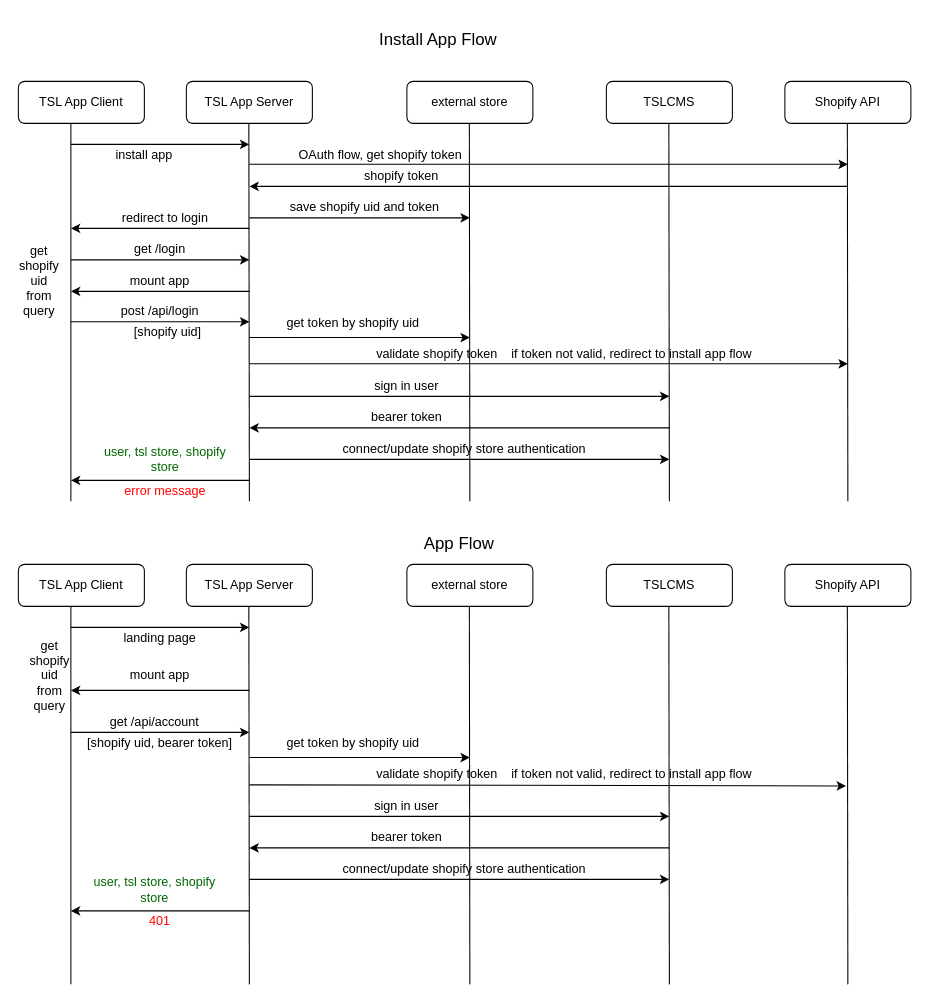
This is Untitled Diagram.drawio from alexrsunrise/diagrams, a draw.io file, before an edit. Source tidied: cells renumbered, new cells numbered last; positions are measured from the earlier drawing's top-left corner, leaving out a move shared by most shapes. Both pictures are drawn from the tidied source at 105%, with x=0, y=0 at pixel (18, 18).
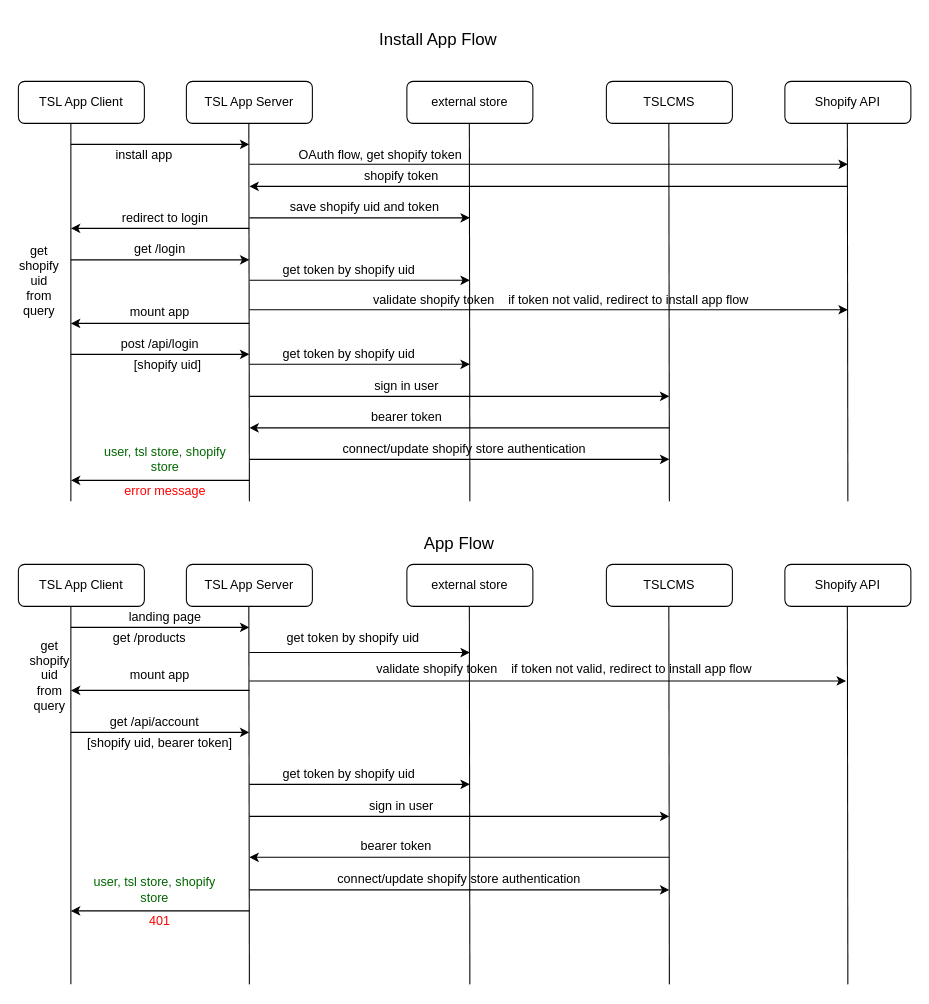
The same diagram, later.

What changed in the source:
```diff
@@
     <mxCell id="25" style="endArrow=classic;html=1;" parent="1" edge="1">
       <mxGeometry relative="1" as="geometry">
-        <mxPoint x="220" y="260" as="sourcePoint" />
-        <mxPoint x="50" y="260" as="targetPoint" />
+        <mxPoint x="220" y="290.5" as="sourcePoint" />
+        <mxPoint x="50" y="290.5" as="targetPoint" />
       </mxGeometry>
     </mxCell>
     <mxCell id="26" value="mount app" style="text;html=1;strokeColor=none;fillColor=none;align=center;verticalAlign=middle;whiteSpace=wrap;rounded=0;" parent="1" vertex="1">
-      <mxGeometry x="90" y="239.5" width="90" height="20" as="geometry" />
+      <mxGeometry x="90" y="270" width="90" height="20" as="geometry" />
     </mxCell>
@@
     <mxCell id="28" style="endArrow=classic;html=1;" parent="1" edge="1">
       <mxGeometry relative="1" as="geometry">
-        <mxPoint x="50" y="289" as="sourcePoint" />
-        <mxPoint x="220" y="289" as="targetPoint" />
+        <mxPoint x="50" y="320" as="sourcePoint" />
+        <mxPoint x="220" y="320" as="targetPoint" />
       </mxGeometry>
     </mxCell>
     <mxCell id="29" value="post /api/login" style="text;html=1;strokeColor=none;fillColor=none;align=center;verticalAlign=middle;whiteSpace=wrap;rounded=0;" parent="1" vertex="1">
-      <mxGeometry x="90" y="269" width="90" height="20" as="geometry" />
+      <mxGeometry x="90" y="300" width="90" height="20" as="geometry" />
     </mxCell>
     <mxCell id="30" style="endArrow=classic;html=1;" parent="1" edge="1">
       <mxGeometry relative="1" as="geometry">
-        <mxPoint x="220" y="304" as="sourcePoint" />
-        <mxPoint x="430" y="304" as="targetPoint" />
+        <mxPoint x="220" y="329.5" as="sourcePoint" />
+        <mxPoint x="430" y="329.5" as="targetPoint" />
       </mxGeometry>
     </mxCell>
     <mxCell id="31" style="endArrow=classic;html=1;" parent="1" edge="1">
       <mxGeometry relative="1" as="geometry">
-        <mxPoint x="220" y="329" as="sourcePoint" />
-        <mxPoint x="790" y="329" as="targetPoint" />
+        <mxPoint x="220" y="277.5" as="sourcePoint" />
+        <mxPoint x="790" y="277.5" as="targetPoint" />
       </mxGeometry>
     </mxCell>
     <mxCell id="32" value="get token by shopify uid" style="text;html=1;strokeColor=none;fillColor=none;align=center;verticalAlign=middle;whiteSpace=wrap;rounded=0;" parent="1" vertex="1">
-      <mxGeometry x="254" y="280" width="130" height="20" as="geometry" />
+      <mxGeometry x="250" y="310" width="130" height="20" as="geometry" />
     </mxCell>
     <mxCell id="33" value="validate shopify token&amp;nbsp; &amp;nbsp; if token not valid, redirect to install app flow" style="text;html=1;strokeColor=none;fillColor=none;align=center;verticalAlign=middle;whiteSpace=wrap;rounded=0;" parent="1" vertex="1">
-      <mxGeometry x="240" y="310" width="560" height="20" as="geometry" />
+      <mxGeometry x="237" y="258.5" width="560" height="20" as="geometry" />
     </mxCell>
@@
     <mxCell id="61" value="landing page" style="text;html=1;strokeColor=none;fillColor=none;align=center;verticalAlign=middle;whiteSpace=wrap;rounded=0;" parent="1" vertex="1">
-      <mxGeometry x="75" y="580" width="120" height="20" as="geometry" />
+      <mxGeometry x="80" y="560" width="120" height="20" as="geometry" />
     </mxCell>
@@
     <mxCell id="63" value="[shopify uid]" style="text;html=1;strokeColor=none;fillColor=none;align=center;verticalAlign=middle;whiteSpace=wrap;rounded=0;" parent="1" vertex="1">
-      <mxGeometry x="105" y="289" width="75" height="20" as="geometry" />
+      <mxGeometry x="105" y="320" width="75" height="20" as="geometry" />
     </mxCell>
@@
     <mxCell id="66" style="endArrow=classic;html=1;" parent="1" edge="1">
       <mxGeometry relative="1" as="geometry">
-        <mxPoint x="220" y="704" as="sourcePoint" />
-        <mxPoint x="430" y="704" as="targetPoint" />
+        <mxPoint x="220" y="604" as="sourcePoint" />
+        <mxPoint x="430" y="604" as="targetPoint" />
       </mxGeometry>
     </mxCell>
     <mxCell id="67" value="get token by shopify uid" style="text;html=1;strokeColor=none;fillColor=none;align=center;verticalAlign=middle;whiteSpace=wrap;rounded=0;" parent="1" vertex="1">
-      <mxGeometry x="254" y="680" width="130" height="20" as="geometry" />
+      <mxGeometry x="254" y="580" width="130" height="20" as="geometry" />
     </mxCell>
     <mxCell id="68" value="validate shopify token&amp;nbsp; &amp;nbsp; if token not valid, redirect to install app flow" style="text;html=1;strokeColor=none;fillColor=none;align=center;verticalAlign=middle;whiteSpace=wrap;rounded=0;" parent="1" vertex="1">
-      <mxGeometry x="240" y="710" width="560" height="20" as="geometry" />
+      <mxGeometry x="240" y="610" width="560" height="20" as="geometry" />
     </mxCell>
     <mxCell id="69" style="endArrow=classic;html=1;" parent="1" edge="1">
       <mxGeometry relative="1" as="geometry">
-        <mxPoint x="620" y="790" as="sourcePoint" />
-        <mxPoint x="220" y="790" as="targetPoint" />
+        <mxPoint x="620" y="799" as="sourcePoint" />
+        <mxPoint x="220" y="799" as="targetPoint" />
       </mxGeometry>
     </mxCell>
     <mxCell id="70" value="bearer token" style="text;html=1;strokeColor=none;fillColor=none;align=center;verticalAlign=middle;whiteSpace=wrap;rounded=0;" parent="1" vertex="1">
-      <mxGeometry x="310" y="770" width="120" height="20" as="geometry" />
+      <mxGeometry x="300" y="779" width="120" height="20" as="geometry" />
     </mxCell>
@@
     <mxCell id="72" value="sign in user" style="text;html=1;strokeColor=none;fillColor=none;align=center;verticalAlign=middle;whiteSpace=wrap;rounded=0;" parent="1" vertex="1">
-      <mxGeometry x="300" y="740" width="140" height="20" as="geometry" />
+      <mxGeometry x="295" y="740" width="140" height="20" as="geometry" />
     </mxCell>
     <mxCell id="73" value="connect/update shopify store authentication" style="text;html=1;strokeColor=none;fillColor=none;align=center;verticalAlign=middle;whiteSpace=wrap;rounded=0;" parent="1" vertex="1">
-      <mxGeometry x="250" y="800" width="350" height="20" as="geometry" />
+      <mxGeometry x="245" y="810" width="350" height="20" as="geometry" />
     </mxCell>
     <mxCell id="74" style="endArrow=classic;html=1;entryX=0.979;entryY=1.05;entryDx=0;entryDy=0;entryPerimeter=0;" parent="1" edge="1" target="68">
       <mxGeometry relative="1" as="geometry">
-        <mxPoint x="220" y="730" as="sourcePoint" />
+        <mxPoint x="220" y="631" as="sourcePoint" />
       </mxGeometry>
     </mxCell>
     <mxCell id="75" style="endArrow=classic;html=1;" parent="1" edge="1">
       <mxGeometry relative="1" as="geometry">
-        <mxPoint x="220" y="820" as="sourcePoint" />
-        <mxPoint x="620" y="820" as="targetPoint" />
+        <mxPoint x="220" y="830" as="sourcePoint" />
+        <mxPoint x="620" y="830" as="targetPoint" />
       </mxGeometry>
     </mxCell>
+    <mxCell id="76" style="endArrow=classic;html=1;" parent="1" edge="1">
+      <mxGeometry relative="1" as="geometry">
+        <mxPoint x="220" y="249.5" as="sourcePoint" />
+        <mxPoint x="430" y="249.5" as="targetPoint" />
+      </mxGeometry>
+    </mxCell>
+    <mxCell id="77" value="get token by shopify uid" style="text;html=1;strokeColor=none;fillColor=none;align=center;verticalAlign=middle;whiteSpace=wrap;rounded=0;" parent="1" vertex="1">
+      <mxGeometry x="250" y="230" width="130" height="20" as="geometry" />
+    </mxCell>
+    <mxCell id="78" value="get /products" style="text;html=1;strokeColor=none;fillColor=none;align=center;verticalAlign=middle;whiteSpace=wrap;rounded=0;" parent="1" vertex="1">
+      <mxGeometry x="50" y="580" width="150" height="20" as="geometry" />
+    </mxCell>
+    <mxCell id="79" style="endArrow=classic;html=1;" parent="1" edge="1">
+      <mxGeometry relative="1" as="geometry">
+        <mxPoint x="220" y="729.5" as="sourcePoint" />
+        <mxPoint x="430" y="729.5" as="targetPoint" />
+      </mxGeometry>
+    </mxCell>
+    <mxCell id="80" value="get token by shopify uid" style="text;html=1;strokeColor=none;fillColor=none;align=center;verticalAlign=middle;whiteSpace=wrap;rounded=0;" parent="1" vertex="1">
+      <mxGeometry x="250" y="710" width="130" height="20" as="geometry" />
+    </mxCell>
```
